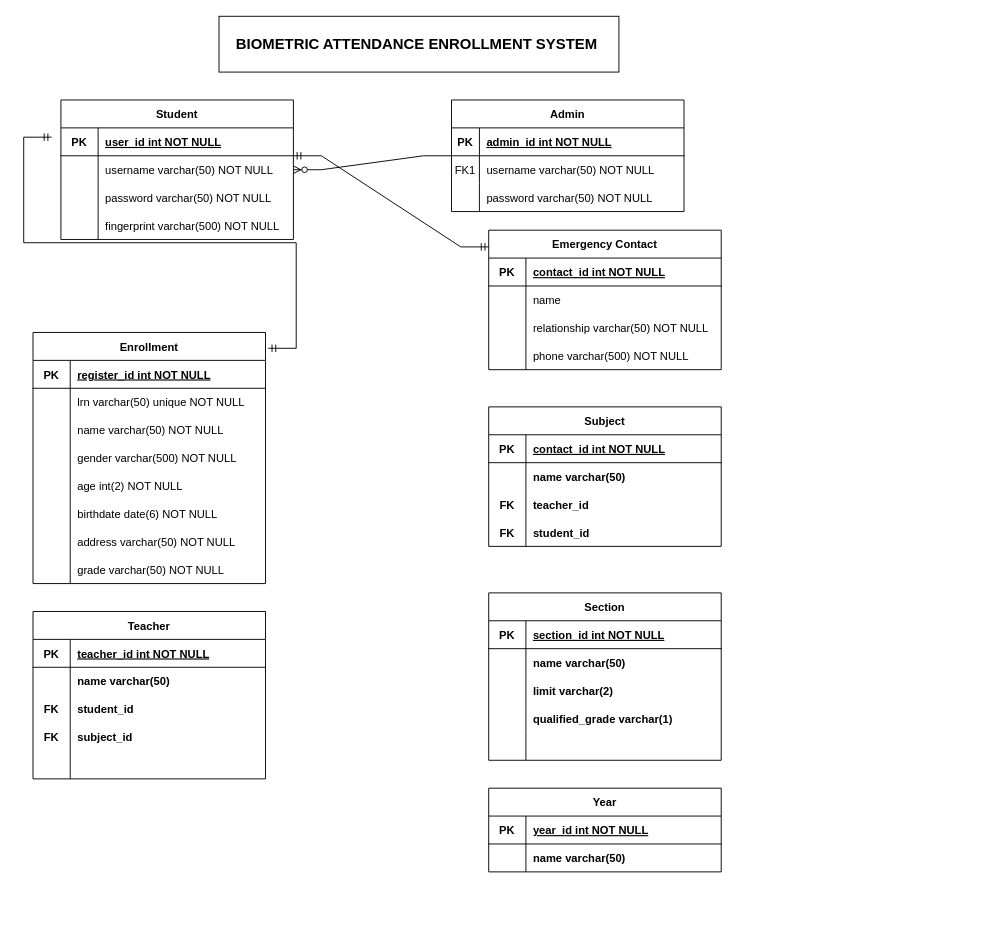
rangerisrael/idraw keeps this draw.io diagram as biometric.drawio. Above is the earlier version. Source tidied: cells renumbered, new cells numbered last; positions are measured from the earlier drawing's top-left corner, leaving out a move shared by most shapes. Both pictures are drawn from the tidied source at 93%, with x=0, y=0 at pixel (33, 16).
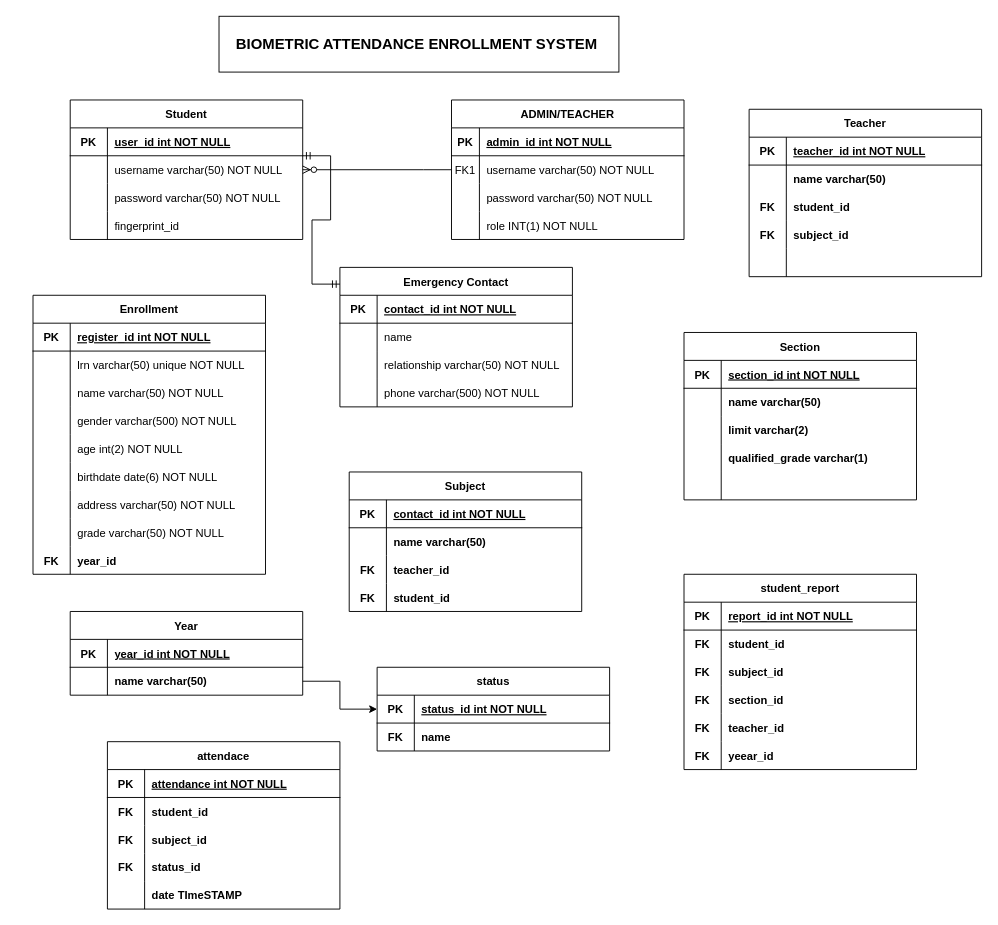
Above is the later version.

The change refers to these unchanged cells:
```xml
<mxCell id="22" style="shape=partialRectangle;fillColor=none;top=0;left=0;right=0;bottom=0;" parent="12" vertex="1">
  <mxGeometry y="120" width="250" height="30" as="geometry" />
</mxCell>
<mxCell id="116" style="shape=partialRectangle;fillColor=none;points=[[0,0.5],[1,0.5]];portConstraint=eastwest;top=0;left=0;right=0;bottom=0;" parent="112" vertex="1">
  <mxGeometry y="60" width="250" height="30" as="geometry" />
</mxCell>
```

Change to the diagram source:
```diff
@@
-    <mxCell id="2" value="Admin" style="shape=table;startSize=30;childLayout=tableLayout;rowLines=0;fontStyle=1;align=center;" parent="1" vertex="1">
-      <mxGeometry x="450" y="90" width="250" height="120" as="geometry" />
+    <mxCell id="2" value="ADMIN/TEACHER" style="shape=table;startSize=30;childLayout=tableLayout;rowLines=0;fontStyle=1;align=center;" parent="1" vertex="1">
+      <mxGeometry x="450" y="90" width="250" height="150" as="geometry" />
     </mxCell>
@@
+    <mxCell id="119" style="shape=partialRectangle;fillColor=none;top=0;left=0;right=0;bottom=0;" parent="2" vertex="1">
+      <mxGeometry y="120" width="250" height="30" as="geometry" />
+    </mxCell>
+    <mxCell id="120" style="shape=partialRectangle;overflow=hidden;fillColor=none;top=0;left=0;bottom=0;right=0;" parent="119" vertex="1">
+      <mxGeometry width="30" height="30" as="geometry" />
+    </mxCell>
+    <mxCell id="121" value="role INT(1) NOT NULL" style="shape=partialRectangle;overflow=hidden;fillColor=none;top=0;left=0;bottom=0;right=0;align=left;spacingLeft=6;" parent="119" vertex="1">
+      <mxGeometry x="30" width="220" height="30" as="geometry" />
+    </mxCell>
     <mxCell id="12" value="Student" style="shape=table;startSize=30;childLayout=tableLayout;rowLines=0;fontStyle=1;align=center;" parent="1" vertex="1">
-      <mxGeometry x="30" y="90" width="250" height="150" as="geometry" />
+      <mxGeometry x="40" y="90" width="250" height="150" as="geometry" />
     </mxCell>
@@
-    <mxCell id="24" value="fingerprint varchar(500) NOT NULL" style="shape=partialRectangle;overflow=hidden;fillColor=none;top=0;left=0;bottom=0;right=0;align=left;spacingLeft=6;" parent="22" vertex="1">
+    <mxCell id="24" value="fingerprint_id" style="shape=partialRectangle;overflow=hidden;fillColor=none;top=0;left=0;bottom=0;right=0;align=left;spacingLeft=6;" parent="22" vertex="1">
       <mxGeometry x="40" width="210" height="30" as="geometry" />
     </mxCell>
     <mxCell id="25" value="Enrollment" style="shape=table;startSize=30;childLayout=tableLayout;rowLines=0;fontStyle=1;align=center;" parent="1" vertex="1">
-      <mxGeometry y="340" width="250" height="270" as="geometry" />
+      <mxGeometry y="300" width="250" height="300" as="geometry" />
     </mxCell>
@@
+    <mxCell id="122" style="shape=partialRectangle;fillColor=none;top=0;left=0;right=0;bottom=0;" parent="25" vertex="1">
+      <mxGeometry y="270" width="250" height="30" as="geometry" />
+    </mxCell>
+    <mxCell id="123" value="FK" style="shape=partialRectangle;overflow=hidden;fillColor=none;top=0;left=0;bottom=0;right=0;fontStyle=1;" parent="122" vertex="1">
+      <mxGeometry width="40" height="30" as="geometry" />
+    </mxCell>
+    <mxCell id="124" value="year_id" style="shape=partialRectangle;overflow=hidden;fillColor=none;top=0;left=0;bottom=0;right=0;align=left;spacingLeft=6;fontStyle=1;" parent="122" vertex="1">
+      <mxGeometry x="40" width="210" height="30" as="geometry" />
+    </mxCell>
     <mxCell id="50" value="Emergency Contact" style="shape=table;startSize=30;childLayout=tableLayout;rowLines=0;fontStyle=1;align=center;" parent="1" vertex="1">
-      <mxGeometry x="490" y="230" width="250" height="150" as="geometry" />
+      <mxGeometry x="330" y="270" width="250" height="150" as="geometry" />
     </mxCell>
@@
-    <mxCell id="64" style="edgeStyle=entityRelationEdgeStyle;fontSize=12;html=1;endArrow=ERmandOne;startArrow=ERmandOne;rounded=0;exitX=1.012;exitY=0.063;exitDx=0;exitDy=0;exitPerimeter=0;" parent="1" edge="1" source="25">
-      <mxGeometry relative="1" as="geometry">
-        <mxPoint x="20" y="130" as="targetPoint" />
-        <Array as="points">
-          <mxPoint x="20" y="160" />
-        </Array>
-      </mxGeometry>
-    </mxCell>
@@
     <mxCell id="67" value="Subject" style="shape=table;startSize=30;childLayout=tableLayout;rowLines=0;fontStyle=1;align=center;" parent="1" vertex="1">
-      <mxGeometry x="490" y="420" width="250" height="150" as="geometry" />
+      <mxGeometry x="340" y="490" width="250" height="150" as="geometry" />
     </mxCell>
@@
     <mxCell id="80" value="Teacher" style="shape=table;startSize=30;childLayout=tableLayout;rowLines=0;fontStyle=1;align=center;" parent="1" vertex="1">
-      <mxGeometry y="640" width="250" height="180" as="geometry" />
+      <mxGeometry x="770" y="100" width="250" height="180" as="geometry" />
     </mxCell>
@@
     <mxCell id="96" value="Section" style="shape=table;startSize=30;childLayout=tableLayout;rowLines=0;fontStyle=1;align=center;" parent="1" vertex="1">
-      <mxGeometry x="490" y="620" width="250" height="180" as="geometry" />
+      <mxGeometry x="700" y="340" width="250" height="180" as="geometry" />
     </mxCell>
@@
     <mxCell id="112" value="Year" style="shape=table;startSize=30;childLayout=tableLayout;rowLines=0;fontStyle=1;align=center;" parent="1" vertex="1">
-      <mxGeometry x="490" y="830" width="250" height="90" as="geometry" />
+      <mxGeometry x="40" y="640" width="250" height="90" as="geometry" />
     </mxCell>
@@
+    <mxCell id="125" value="attendace" style="shape=table;startSize=30;childLayout=tableLayout;rowLines=0;fontStyle=1;align=center;" parent="1" vertex="1">
+      <mxGeometry x="80" y="780" width="250" height="180" as="geometry" />
+    </mxCell>
+    <mxCell id="126" style="shape=partialRectangle;fillColor=none;top=0;left=0;right=0;bottom=1;" parent="125" vertex="1">
+      <mxGeometry y="30" width="250" height="30" as="geometry" />
+    </mxCell>
+    <mxCell id="127" value="PK" style="shape=partialRectangle;overflow=hidden;fillColor=none;top=0;left=0;bottom=0;right=0;fontStyle=1;" parent="126" vertex="1">
+      <mxGeometry width="40" height="30" as="geometry" />
+    </mxCell>
+    <mxCell id="128" value="attendance int NOT NULL " style="shape=partialRectangle;overflow=hidden;fillColor=none;top=0;left=0;bottom=0;right=0;align=left;spacingLeft=6;fontStyle=5;" parent="126" vertex="1">
+      <mxGeometry x="40" width="210" height="30" as="geometry" />
+    </mxCell>
+    <mxCell id="129" style="shape=partialRectangle;fillColor=none;top=0;left=0;right=0;bottom=0;" parent="125" vertex="1">
+      <mxGeometry y="60" width="250" height="30" as="geometry" />
+    </mxCell>
+    <mxCell id="130" value="FK" style="shape=partialRectangle;overflow=hidden;fillColor=none;top=0;left=0;bottom=0;right=0;fontStyle=1;" parent="129" vertex="1">
+      <mxGeometry width="40" height="30" as="geometry" />
+    </mxCell>
+    <mxCell id="131" value="student_id" style="shape=partialRectangle;overflow=hidden;fillColor=none;top=0;left=0;bottom=0;right=0;align=left;spacingLeft=6;fontStyle=1;" parent="129" vertex="1">
+      <mxGeometry x="40" width="210" height="30" as="geometry" />
+    </mxCell>
+    <mxCell id="132" style="shape=partialRectangle;fillColor=none;top=0;left=0;right=0;bottom=0;" parent="125" vertex="1">
+      <mxGeometry y="90" width="250" height="30" as="geometry" />
+    </mxCell>
+    <mxCell id="133" value="FK" style="shape=partialRectangle;overflow=hidden;fillColor=none;top=0;left=0;bottom=0;right=0;fontStyle=1;" parent="132" vertex="1">
+      <mxGeometry width="40" height="30" as="geometry" />
+    </mxCell>
+    <mxCell id="134" value="subject_id" style="shape=partialRectangle;overflow=hidden;fillColor=none;top=0;left=0;bottom=0;right=0;align=left;spacingLeft=6;fontStyle=1;" parent="132" vertex="1">
+      <mxGeometry x="40" width="210" height="30" as="geometry" />
+    </mxCell>
+    <mxCell id="135" style="shape=partialRectangle;fillColor=none;top=0;left=0;right=0;bottom=0;" parent="125" vertex="1">
+      <mxGeometry y="120" width="250" height="30" as="geometry" />
+    </mxCell>
+    <mxCell id="136" value="FK" style="shape=partialRectangle;overflow=hidden;fillColor=none;top=0;left=0;bottom=0;right=0;fontStyle=1;" parent="135" vertex="1">
+      <mxGeometry width="40" height="30" as="geometry" />
+    </mxCell>
+    <mxCell id="137" value="status_id" style="shape=partialRectangle;overflow=hidden;fillColor=none;top=0;left=0;bottom=0;right=0;align=left;spacingLeft=6;fontStyle=1;" parent="135" vertex="1">
+      <mxGeometry x="40" width="210" height="30" as="geometry" />
+    </mxCell>
+    <mxCell id="138" style="shape=partialRectangle;fillColor=none;top=0;left=0;right=0;bottom=0;" parent="125" vertex="1">
+      <mxGeometry y="150" width="250" height="30" as="geometry" />
+    </mxCell>
+    <mxCell id="139" style="shape=partialRectangle;overflow=hidden;fillColor=none;top=0;left=0;bottom=0;right=0;fontStyle=1;" parent="138" vertex="1">
+      <mxGeometry width="40" height="30" as="geometry" />
+    </mxCell>
+    <mxCell id="140" value="date TImeSTAMP" style="shape=partialRectangle;overflow=hidden;fillColor=none;top=0;left=0;bottom=0;right=0;align=left;spacingLeft=6;fontStyle=1;" parent="138" vertex="1">
+      <mxGeometry x="40" width="210" height="30" as="geometry" />
+    </mxCell>
+    <mxCell id="141" value="status" style="shape=table;startSize=30;childLayout=tableLayout;rowLines=0;fontStyle=1;align=center;" parent="1" vertex="1">
+      <mxGeometry x="370" y="700" width="250" height="90" as="geometry" />
+    </mxCell>
+    <mxCell id="142" style="shape=partialRectangle;fillColor=none;points=[[0,0.5],[1,0.5]];portConstraint=eastwest;top=0;left=0;right=0;bottom=1;" parent="141" vertex="1">
+      <mxGeometry y="30" width="250" height="30" as="geometry" />
+    </mxCell>
+    <mxCell id="143" value="PK" style="shape=partialRectangle;overflow=hidden;fillColor=none;top=0;left=0;bottom=0;right=0;fontStyle=1;" parent="142" vertex="1">
+      <mxGeometry width="40" height="30" as="geometry" />
+    </mxCell>
+    <mxCell id="144" value="status_id int NOT NULL " style="shape=partialRectangle;overflow=hidden;fillColor=none;top=0;left=0;bottom=0;right=0;align=left;spacingLeft=6;fontStyle=5;" parent="142" vertex="1">
+      <mxGeometry x="40" width="210" height="30" as="geometry" />
+    </mxCell>
+    <mxCell id="145" style="shape=partialRectangle;fillColor=none;top=0;left=0;right=0;bottom=0;" parent="141" vertex="1">
+      <mxGeometry y="60" width="250" height="30" as="geometry" />
+    </mxCell>
+    <mxCell id="146" value="FK" style="shape=partialRectangle;overflow=hidden;fillColor=none;top=0;left=0;bottom=0;right=0;fontStyle=1;" parent="145" vertex="1">
+      <mxGeometry width="40" height="30" as="geometry" />
+    </mxCell>
+    <mxCell id="147" value="name" style="shape=partialRectangle;overflow=hidden;fillColor=none;top=0;left=0;bottom=0;right=0;align=left;spacingLeft=6;fontStyle=1;" parent="145" vertex="1">
+      <mxGeometry x="40" width="210" height="30" as="geometry" />
+    </mxCell>
+    <mxCell id="148" value="student_report" style="shape=table;startSize=30;childLayout=tableLayout;rowLines=0;fontStyle=1;align=center;" parent="1" vertex="1">
+      <mxGeometry x="700" y="600" width="250" height="210" as="geometry" />
+    </mxCell>
+    <mxCell id="149" style="shape=partialRectangle;fillColor=none;top=0;left=0;right=0;bottom=1;" parent="148" vertex="1">
+      <mxGeometry y="30" width="250" height="30" as="geometry" />
+    </mxCell>
+    <mxCell id="150" value="PK" style="shape=partialRectangle;overflow=hidden;fillColor=none;top=0;left=0;bottom=0;right=0;fontStyle=1;" parent="149" vertex="1">
+      <mxGeometry width="40" height="30" as="geometry" />
+    </mxCell>
+    <mxCell id="151" value="report_id int NOT NULL " style="shape=partialRectangle;overflow=hidden;fillColor=none;top=0;left=0;bottom=0;right=0;align=left;spacingLeft=6;fontStyle=5;" parent="149" vertex="1">
+      <mxGeometry x="40" width="210" height="30" as="geometry" />
+    </mxCell>
+    <mxCell id="152" style="shape=partialRectangle;fillColor=none;top=0;left=0;right=0;bottom=0;" parent="148" vertex="1">
+      <mxGeometry y="60" width="250" height="30" as="geometry" />
+    </mxCell>
+    <mxCell id="153" value="FK" style="shape=partialRectangle;overflow=hidden;fillColor=none;top=0;left=0;bottom=0;right=0;fontStyle=1;" parent="152" vertex="1">
+      <mxGeometry width="40" height="30" as="geometry" />
+    </mxCell>
+    <mxCell id="154" value="student_id" style="shape=partialRectangle;overflow=hidden;fillColor=none;top=0;left=0;bottom=0;right=0;align=left;spacingLeft=6;fontStyle=1;" parent="152" vertex="1">
+      <mxGeometry x="40" width="210" height="30" as="geometry" />
+    </mxCell>
+    <mxCell id="155" style="shape=partialRectangle;fillColor=none;top=0;left=0;right=0;bottom=0;" parent="148" vertex="1">
+      <mxGeometry y="90" width="250" height="30" as="geometry" />
+    </mxCell>
+    <mxCell id="156" value="FK" style="shape=partialRectangle;overflow=hidden;fillColor=none;top=0;left=0;bottom=0;right=0;fontStyle=1;" parent="155" vertex="1">
+      <mxGeometry width="40" height="30" as="geometry" />
+    </mxCell>
+    <mxCell id="157" value="subject_id" style="shape=partialRectangle;overflow=hidden;fillColor=none;top=0;left=0;bottom=0;right=0;align=left;spacingLeft=6;fontStyle=1;" parent="155" vertex="1">
+      <mxGeometry x="40" width="210" height="30" as="geometry" />
+    </mxCell>
+    <mxCell id="158" style="shape=partialRectangle;fillColor=none;top=0;left=0;right=0;bottom=0;" parent="148" vertex="1">
+      <mxGeometry y="120" width="250" height="30" as="geometry" />
+    </mxCell>
+    <mxCell id="159" value="FK" style="shape=partialRectangle;overflow=hidden;fillColor=none;top=0;left=0;bottom=0;right=0;fontStyle=1;" parent="158" vertex="1">
+      <mxGeometry width="40" height="30" as="geometry" />
+    </mxCell>
+    <mxCell id="160" value="section_id" style="shape=partialRectangle;overflow=hidden;fillColor=none;top=0;left=0;bottom=0;right=0;align=left;spacingLeft=6;fontStyle=1;" parent="158" vertex="1">
+      <mxGeometry x="40" width="210" height="30" as="geometry" />
+    </mxCell>
+    <mxCell id="161" style="shape=partialRectangle;fillColor=none;top=0;left=0;right=0;bottom=0;" parent="148" vertex="1">
+      <mxGeometry y="150" width="250" height="30" as="geometry" />
+    </mxCell>
+    <mxCell id="162" value="FK" style="shape=partialRectangle;overflow=hidden;fillColor=none;top=0;left=0;bottom=0;right=0;fontStyle=1;" parent="161" vertex="1">
+      <mxGeometry width="40" height="30" as="geometry" />
+    </mxCell>
+    <mxCell id="163" value="teacher_id" style="shape=partialRectangle;overflow=hidden;fillColor=none;top=0;left=0;bottom=0;right=0;align=left;spacingLeft=6;fontStyle=1;" parent="161" vertex="1">
+      <mxGeometry x="40" width="210" height="30" as="geometry" />
+    </mxCell>
+    <mxCell id="164" style="shape=partialRectangle;fillColor=none;top=0;left=0;right=0;bottom=0;" parent="148" vertex="1">
+      <mxGeometry y="180" width="250" height="30" as="geometry" />
+    </mxCell>
+    <mxCell id="165" value="FK" style="shape=partialRectangle;overflow=hidden;fillColor=none;top=0;left=0;bottom=0;right=0;fontStyle=1;" parent="164" vertex="1">
+      <mxGeometry width="40" height="30" as="geometry" />
+    </mxCell>
+    <mxCell id="166" value="yeear_id" style="shape=partialRectangle;overflow=hidden;fillColor=none;top=0;left=0;bottom=0;right=0;align=left;spacingLeft=6;fontStyle=1;" parent="164" vertex="1">
+      <mxGeometry x="40" width="210" height="30" as="geometry" />
+    </mxCell>
+    <mxCell id="167" style="edgeStyle=orthogonalEdgeStyle;rounded=0;jettySize=auto;html=1;" parent="1" edge="1" source="116" target="142">
+      <mxGeometry relative="1" as="geometry" />
+    </mxCell>
```
